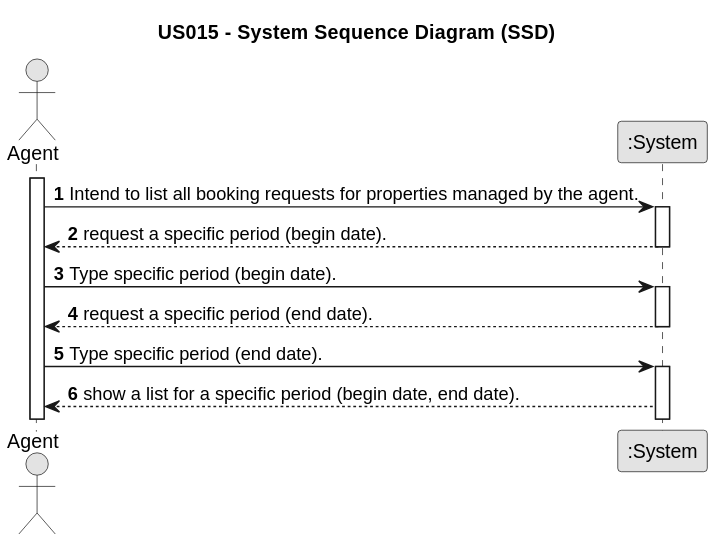
The PlantUML diagram docs/sprintD/us015/01.requirements-engineering/svg/us015-system-sequence-diagram-US015___System_Sequence_Diagram__SSD_.svg in 1220812/LAPR2, before a commit. Source of this version:
```plantuml
@startuml
skinparam monochrome true
skinparam packageStyle rectangle
skinparam shadowing false

title US015 - System Sequence Diagram (SSD)

autonumber

actor "Agent" as Agent
participant ":System" as System

activate Agent

Agent -> System : Intend to list all booking requests for properties managed by the agent.
activate System

"System" --> Agent: request a specific period (begin date).

deactivate System

Agent -> System : Type specific period (begin date).
activate System

"System" --> Agent: request a specific period (end date).

deactivate System

Agent -> System : Type specific period (end date).
activate System


"System" --> Agent : show a list for a specific period (begin date, end date).
@enduml
```
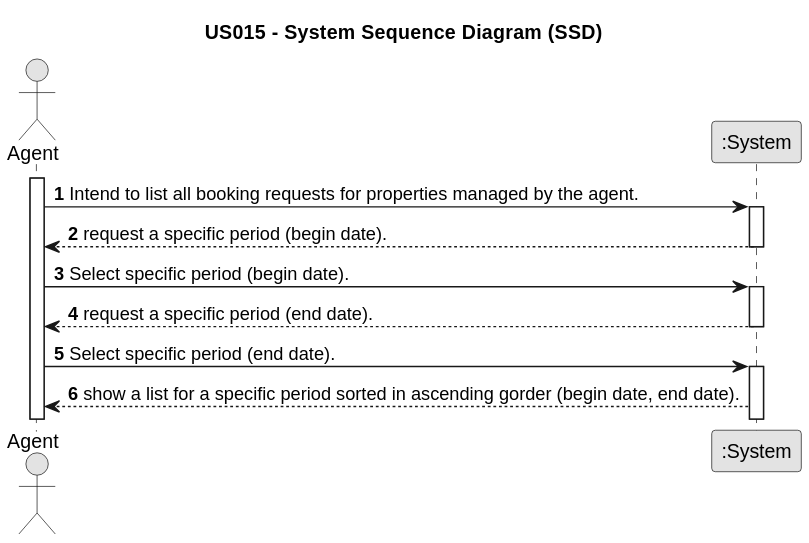
Later version of the same file.

The edit, as a diff of the source:
```diff
@@ -19,16 +19,16 @@
 
 deactivate System
 
-Agent -> System : Type specific period (begin date).
+Agent -> System : Select specific period (begin date).
 activate System
 
 "System" --> Agent: request a specific period (end date).
 
 deactivate System
 
-Agent -> System : Type specific period (end date).
+Agent -> System : Select specific period (end date).
 activate System
 
 
-"System" --> Agent : show a list for a specific period (begin date, end date).
+"System" --> Agent : show a list for a specific period sorted in ascending gorder (begin date, end date).
 @enduml
```
